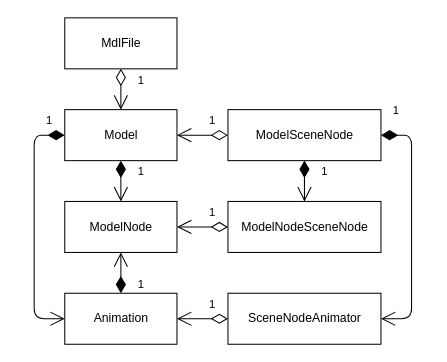
This is images/models.drawio from seedhartha/reone, a draw.io file, before an edit. Source tidied: cells renumbered, new cells numbered last; positions are measured from the earlier drawing's top-left corner, leaving out a move shared by most shapes. Both pictures are drawn from the tidied source at 102%, with x=0, y=0 at pixel (34, 17).
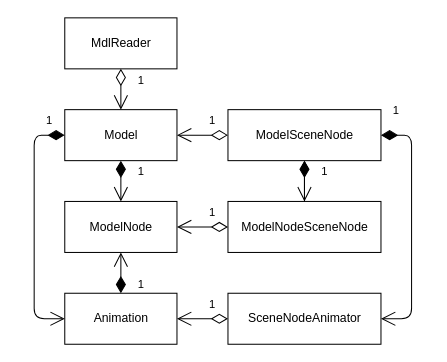
The same diagram, later.

Commit message (it also covers changes not shown here):
Update models diagram

[ci skip]

What changed in the source:
```diff
@@
-    <mxCell id="2" value="MdlFile" style="html=1;" parent="1" vertex="1">
+    <mxCell id="2" value="MdlReader" style="html=1;" parent="1" vertex="1">
       <mxGeometry x="30" width="110" height="50" as="geometry" />
     </mxCell>
```
